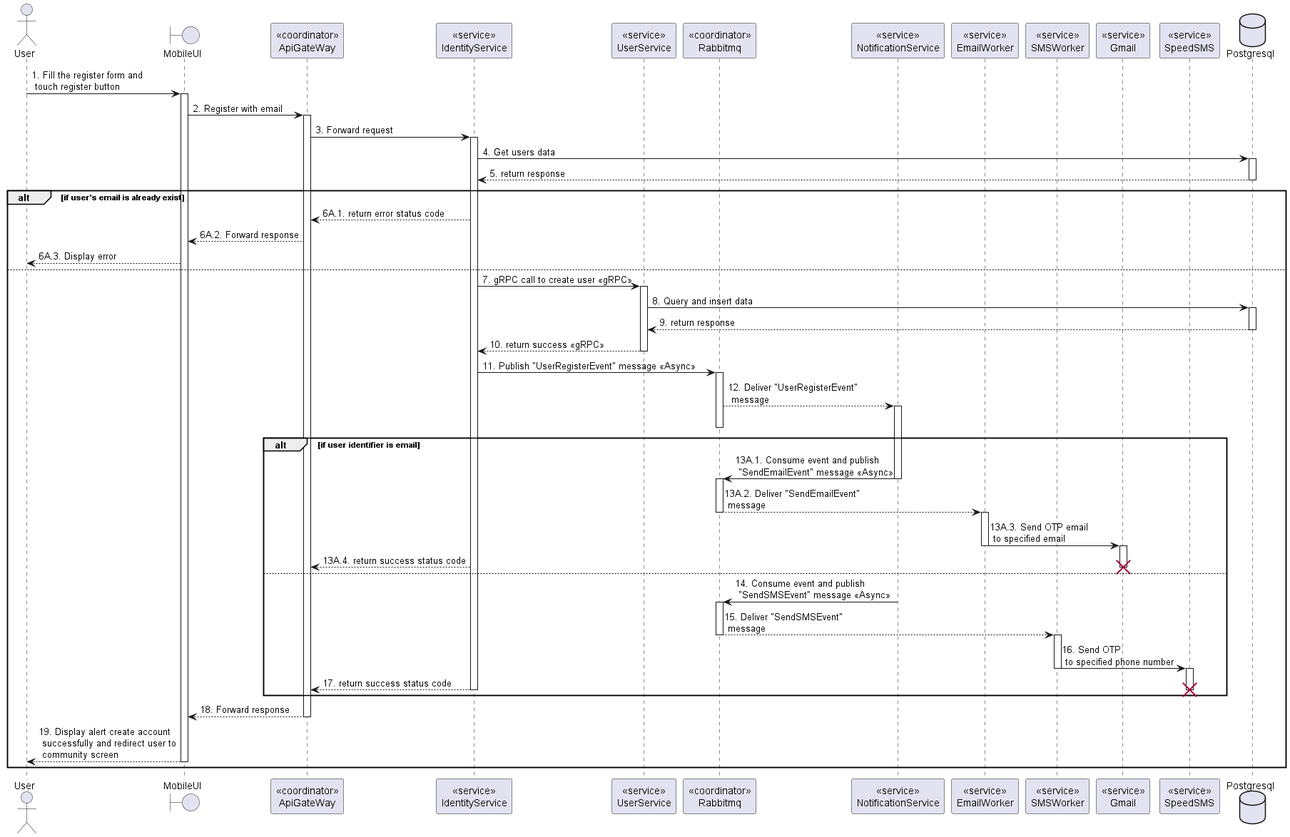
The PlantUML diagram doc/SDS/Identity/Register/Sequence.png in Carl-Johnsons/tastopia, before a commit.
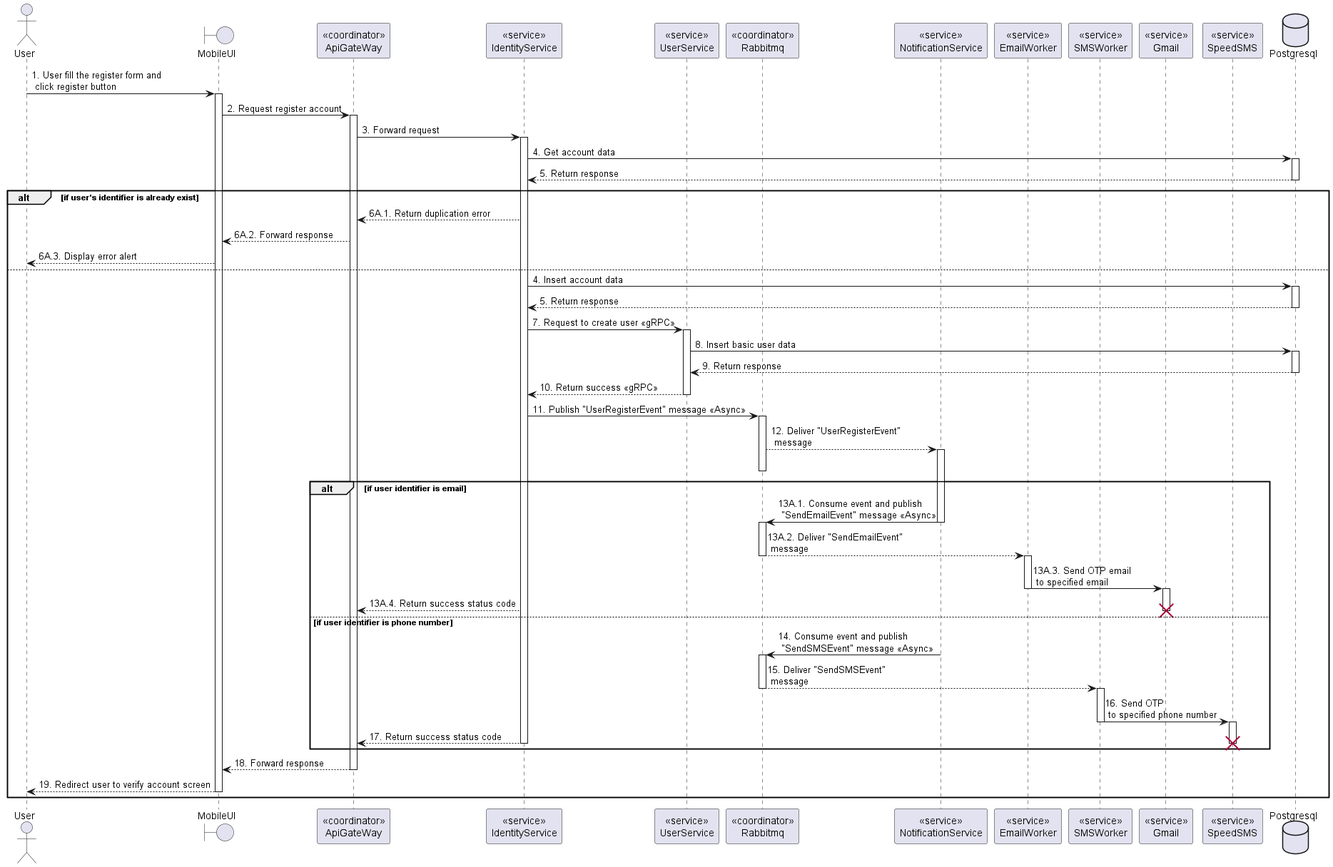
The same file after the commit.

Diff of the diagram source:
```diff
@@ -12,60 +12,62 @@
 participant "<<service>>\nSpeedSMS" as SpeedSMS
 database Postgresql
 
-User -> MobileUI++: 1. Fill the register form and \n touch register button
-MobileUI -> ApiGateway++: 2. Register with email
+User -> MobileUI++: 1. User fill the register form and \n click register button
+MobileUI -> ApiGateway++: 2. Request register account
 ApiGateway -> IdentityService++: 3. Forward request
-IdentityService -> Postgresql++: 4. Get users data
-IdentityService <-- Postgresql--: 5. return response
+IdentityService -> Postgresql++: 4. Get account data
+IdentityService <-- Postgresql--: 5. Return response
 
-alt if user's email is already exist
-    ApiGateway <-- IdentityService: 6A.1. return error status code
-    MobileUI <-- ApiGateway: 6A.2. Forward response
-    User <-- MobileUI: 6A.3. Display error
+alt if user's identifier is already exist
+  ApiGateway <-- IdentityService: 6A.1. Return duplication error
+  MobileUI <-- ApiGateway: 6A.2. Forward response
+  User <-- MobileUI: 6A.3. Display error alert
 else
-    IdentityService -> UserService++: 7. gRPC call to create user <<gRPC>>
-    UserService -> Postgresql++: 8. Query and insert data
-    UserService <-- Postgresql--: 9. return response
-    IdentityService <-- UserService--: 10. return success <<gRPC>>
+  IdentityService -> Postgresql++: 4. Insert account data
+  IdentityService <-- Postgresql--: 5. Return response
 
-    IdentityService -> Rabbitmq++: 11. Publish "UserRegisterEvent" message <<Async>>
-    Rabbitmq --> NotificationService: 12. Deliver "UserRegisterEvent"\n message
-    activate NotificationService
+  IdentityService -> UserService++: 7. Request to create user <<gRPC>>
+  UserService -> Postgresql++: 8. Insert basic user data
+  UserService <-- Postgresql--: 9. Return response
+  IdentityService <-- UserService--: 10. Return success <<gRPC>>
+
+  IdentityService -> Rabbitmq++: 11. Publish "UserRegisterEvent" message <<Async>>
+  Rabbitmq --> NotificationService: 12. Deliver "UserRegisterEvent"\n message
+  activate NotificationService
+  deactivate Rabbitmq
+
+  alt if user identifier is email
+    NotificationService -> Rabbitmq: 13A.1. Consume event and publish \n "SendEmailEvent" message <<Async>>
+    deactivate NotificationService
+    activate Rabbitmq
+    Rabbitmq --> EmailWorker: 13A.2. Deliver "SendEmailEvent"\n message
     deactivate Rabbitmq
+    activate EmailWorker
+    EmailWorker -> Gmail: 13A.3. Send OTP email\n to specified email
+    deactivate EmailWorker
+    activate Gmail
 
-    alt if user identifier is email
-      NotificationService -> Rabbitmq: 13A.1. Consume event and publish \n "SendEmailEvent" message <<Async>>
-      deactivate NotificationService
-      activate Rabbitmq
-      Rabbitmq --> EmailWorker: 13A.2. Deliver "SendEmailEvent"\n message
-      deactivate Rabbitmq
-      activate EmailWorker
-      EmailWorker -> Gmail: 13A.3. Send OTP email\n to specified email
-      deactivate EmailWorker
-      activate Gmail
+    ApiGateway <-- IdentityService: 13A.4. Return success status code
+    deactivate Gmail
+    destroy Gmail
+  else if user identifier is phone number
+    NotificationService -> Rabbitmq: 14. Consume event and publish \n "SendSMSEvent" message <<Async>>
+    deactivate NotificationService
+    activate Rabbitmq
+    Rabbitmq --> SMSWorker: 15. Deliver "SendSMSEvent"\n message
+    deactivate Rabbitmq
+    activate SMSWorker
+    SMSWorker -> SpeedSMS: 16. Send OTP \n to specified phone number
+    deactivate SMSWorker
+    activate SpeedSMS
 
-      ApiGateway <-- IdentityService: 13A.4. return success status code
-      deactivate Gmail
-      destroy Gmail
-    else
-      NotificationService -> Rabbitmq: 14. Consume event and publish \n "SendSMSEvent" message <<Async>>
-      deactivate NotificationService
-      activate Rabbitmq
-      Rabbitmq --> SMSWorker: 15. Deliver "SendSMSEvent"\n message
-      deactivate Rabbitmq
-      activate SMSWorker
-      SMSWorker -> SpeedSMS: 16. Send OTP \n to specified phone number
-      deactivate SMSWorker
-      activate SpeedSMS
+    ApiGateway <-- IdentityService--: 17. Return success status code
+    deactivate SpeedSMS
+    destroy SpeedSMS
+  end
 
-      ApiGateway <-- IdentityService--: 17. return success status code
-      deactivate SpeedSMS
-      destroy SpeedSMS
-    end
-
-
-    MobileUI <-- ApiGateway--: 18. Forward response
-    User <-- MobileUI--: 19. Display alert create account\n successfully and redirect user to\n community screen
+  MobileUI <-- ApiGateway--: 18. Forward response
+  User <-- MobileUI--: 19. Redirect user to verify account screen
 end
 
 @enduml
```
